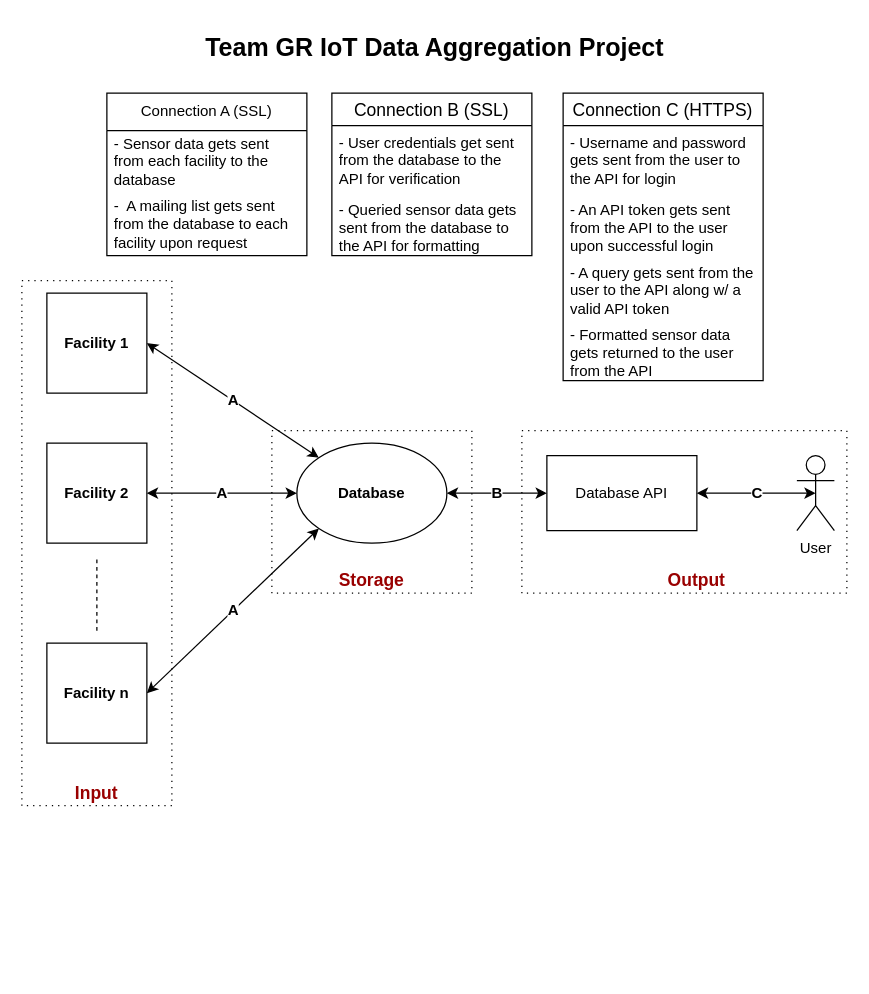
Earlier version of the draw.io diagram docs/design_diagrams/source/D0.drawio (stray-gr/senior-design). Source tidied: cells renumbered, new cells numbered last; positions are measured from the earlier drawing's top-left corner, leaving out a move shared by most shapes. Both pictures are drawn from the tidied source at 125%, with x=0, y=0 at pixel (21, 21).
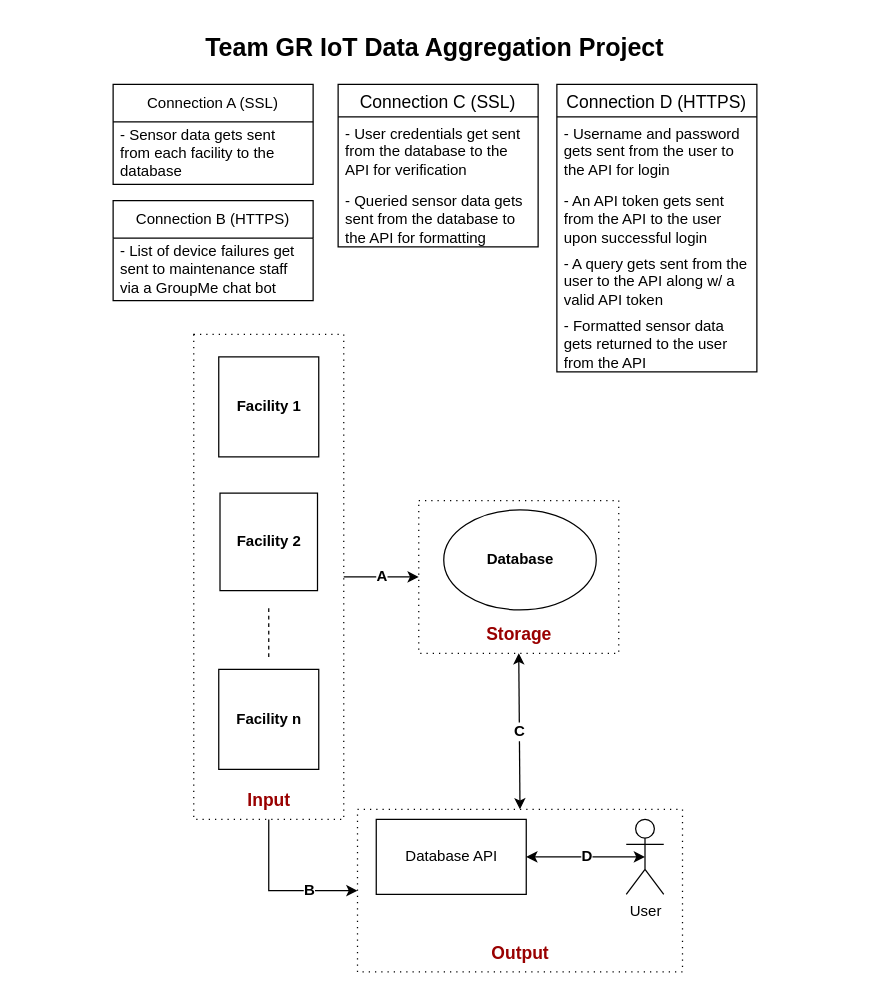
The same diagram, later.

What changed in the source:
```diff
@@
     <mxCell id="2" value="&lt;b&gt;Facility 1&lt;/b&gt;" style="whiteSpace=wrap;html=1;" parent="1" vertex="1">
-      <mxGeometry x="20" y="217" width="80" height="80" as="geometry" />
+      <mxGeometry x="157.5" y="268" width="80" height="80" as="geometry" />
     </mxCell>
     <mxCell id="3" value="&lt;b&gt;Facility 2&lt;/b&gt;" style="whiteSpace=wrap;html=1;" parent="1" vertex="1">
-      <mxGeometry x="20" y="337" width="80" height="80" as="geometry" />
+      <mxGeometry x="158.5" y="377" width="78" height="78" as="geometry" />
     </mxCell>
     <mxCell id="4" value="&lt;b&gt;Facility n&lt;/b&gt;" style="whiteSpace=wrap;html=1;" parent="1" vertex="1">
-      <mxGeometry x="20" y="497" width="80" height="80" as="geometry" />
+      <mxGeometry x="157.5" y="518" width="80" height="80" as="geometry" />
     </mxCell>
     <mxCell id="5" style="endArrow=none;dashed=1;html=1;rounded=0;" parent="1" edge="1">
       <mxGeometry relative="1" as="geometry">
-        <mxPoint x="60" y="487" as="sourcePoint" />
-        <mxPoint x="60" y="427" as="targetPoint" />
+        <mxPoint x="197.5" y="508" as="sourcePoint" />
+        <mxPoint x="197.5" y="468" as="targetPoint" />
       </mxGeometry>
     </mxCell>
     <mxCell id="6" value="&lt;b&gt;Database&lt;/b&gt;" style="ellipse;whiteSpace=wrap;html=1;" parent="1" vertex="1">
-      <mxGeometry x="220" y="337" width="120" height="80" as="geometry" />
+      <mxGeometry x="337.5" y="390.4" width="122" height="80" as="geometry" />
     </mxCell>
-    <mxCell id="7" value="&lt;b&gt;&lt;font style=&quot;font-size: 12px;&quot;&gt;A&lt;/font&gt;&lt;/b&gt;" style="endArrow=classic;startArrow=classic;html=1;rounded=0;exitX=1;exitY=0.5;exitDx=0;exitDy=0;entryX=0;entryY=0;entryDx=0;entryDy=0;" parent="1" edge="1" source="2" target="6">
-      <mxGeometry relative="1" as="geometry" />
-    </mxCell>
-    <mxCell id="8" value="&lt;b&gt;&lt;font style=&quot;font-size: 12px;&quot;&gt;A&lt;/font&gt;&lt;/b&gt;" style="endArrow=classic;startArrow=classic;html=1;rounded=0;exitX=1;exitY=0.5;exitDx=0;exitDy=0;entryX=0;entryY=0.5;entryDx=0;entryDy=0;" parent="1" edge="1" source="3" target="6">
-      <mxGeometry relative="1" as="geometry" />
-    </mxCell>
-    <mxCell id="9" value="&lt;b&gt;&lt;font style=&quot;font-size: 12px;&quot;&gt;A&lt;/font&gt;&lt;/b&gt;" style="endArrow=classic;startArrow=classic;html=1;rounded=0;exitX=1;exitY=0.5;exitDx=0;exitDy=0;entryX=0;entryY=1;entryDx=0;entryDy=0;" parent="1" edge="1" source="4" target="6">
-      <mxGeometry relative="1" as="geometry" />
-    </mxCell>
     <mxCell id="10" value="Database API" style="rounded=0;whiteSpace=wrap;html=1;" parent="1" vertex="1">
-      <mxGeometry x="420" y="347" width="120" height="60" as="geometry" />
+      <mxGeometry x="283.5" y="638" width="120" height="60" as="geometry" />
     </mxCell>
     <mxCell id="11" value="User" style="shape=umlActor;verticalLabelPosition=bottom;verticalAlign=top;html=1;outlineConnect=0;" parent="1" vertex="1">
-      <mxGeometry x="620" y="347" width="30" height="60" as="geometry" />
+      <mxGeometry x="483.5" y="638" width="30" height="60" as="geometry" />
     </mxCell>
-    <mxCell id="12" value="&lt;b&gt;&lt;font style=&quot;font-size: 12px;&quot;&gt;C&lt;/font&gt;&lt;/b&gt;" style="endArrow=classic;startArrow=classic;html=1;rounded=0;entryX=0.5;entryY=0.5;entryDx=0;entryDy=0;entryPerimeter=0;exitX=1;exitY=0.5;exitDx=0;exitDy=0;" parent="1" edge="1" source="10" target="11">
-      <mxGeometry relative="1" as="geometry" />
-    </mxCell>
     <mxCell id="13" value="Connection A (SSL)" style="swimlane;fontStyle=0;horizontal=1;startSize=30;whiteSpace=wrap;html=1;" parent="1" vertex="1">
-      <mxGeometry x="68" y="57" width="160" height="130" as="geometry" />
+      <mxGeometry x="73" y="50" width="160" height="80" as="geometry" />
     </mxCell>
@@
-    <mxCell id="15" value="-&amp;nbsp; A mailing list gets sent from the database to each facility upon request" style="text;strokeColor=none;fillColor=none;align=left;verticalAlign=middle;spacingLeft=4;spacingRight=4;overflow=hidden;whiteSpace=wrap;html=1;" parent="13" vertex="1">
-      <mxGeometry y="80" width="160" height="50" as="geometry" />
-    </mxCell>
-    <mxCell id="16" value="Connection B (SSL)" style="swimlane;fontStyle=0;horizontal=1;startSize=26;align=center;fontSize=14;" parent="1" vertex="1">
-      <mxGeometry x="248" y="57" width="160" height="130" as="geometry" />
+    <mxCell id="16" value="Connection C (SSL)" style="swimlane;fontStyle=0;horizontal=1;startSize=26;align=center;fontSize=14;" parent="1" vertex="1">
+      <mxGeometry x="253" y="50" width="160" height="130" as="geometry" />
     </mxCell>
@@
-    <mxCell id="19" value="Connection C (HTTPS)" style="swimlane;fontStyle=0;horizontal=1;startSize=26;align=center;fontSize=14;" parent="1" vertex="1">
-      <mxGeometry x="433" y="57" width="160" height="230" as="geometry" />
+    <mxCell id="19" value="Connection D (HTTPS)" style="swimlane;fontStyle=0;horizontal=1;startSize=26;align=center;fontSize=14;" parent="1" vertex="1">
+      <mxGeometry x="428" y="50" width="160" height="230" as="geometry" />
     </mxCell>
@@
-    <mxCell id="24" value="&lt;b&gt;&lt;font style=&quot;font-size: 12px;&quot;&gt;B&lt;/font&gt;&lt;/b&gt;" style="endArrow=classic;startArrow=classic;html=1;rounded=0;exitX=1;exitY=0.5;exitDx=0;exitDy=0;entryX=0;entryY=0.5;entryDx=0;entryDy=0;" parent="1" edge="1" source="6" target="10">
-      <mxGeometry relative="1" as="geometry" />
-    </mxCell>
     <mxCell id="25" style="rounded=0;whiteSpace=wrap;html=1;fillColor=none;dashed=1;dashPattern=1 4;" parent="1" vertex="1">
-      <mxGeometry y="207" width="120" height="420" as="geometry" />
+      <mxGeometry x="137.5" y="250" width="120" height="388" as="geometry" />
     </mxCell>
     <mxCell id="26" value="&lt;b&gt;&lt;font style=&quot;font-size: 14px;&quot; color=&quot;#990000&quot;&gt;Input&lt;/font&gt;&lt;/b&gt;" style="text;html=1;align=center;verticalAlign=middle;whiteSpace=wrap;rounded=0;" parent="1" vertex="1">
-      <mxGeometry x="30" y="602" width="60" height="30" as="geometry" />
+      <mxGeometry x="167.5" y="608" width="60" height="30" as="geometry" />
     </mxCell>
     <mxCell id="27" style="rounded=0;whiteSpace=wrap;html=1;fillColor=none;dashed=1;dashPattern=1 4;" parent="1" vertex="1">
-      <mxGeometry x="200" y="327" width="160" height="130" as="geometry" />
+      <mxGeometry x="317.5" y="382.9" width="160" height="122.2" as="geometry" />
     </mxCell>
     <mxCell id="28" value="&lt;b&gt;&lt;font color=&quot;#990000&quot; style=&quot;font-size: 14px;&quot;&gt;Storage&lt;/font&gt;&lt;/b&gt;" style="text;html=1;align=center;verticalAlign=middle;whiteSpace=wrap;rounded=0;" parent="1" vertex="1">
-      <mxGeometry x="250" y="432" width="60" height="30" as="geometry" />
+      <mxGeometry x="367.5" y="475.1" width="60" height="30" as="geometry" />
     </mxCell>
     <mxCell id="29" style="rounded=0;whiteSpace=wrap;html=1;fillColor=none;dashed=1;dashPattern=1 4;" parent="1" vertex="1">
-      <mxGeometry x="400" y="327" width="260" height="130" as="geometry" />
+      <mxGeometry x="268.5" y="630" width="260" height="130" as="geometry" />
     </mxCell>
     <mxCell id="30" value="&lt;b&gt;&lt;font color=&quot;#990000&quot; style=&quot;font-size: 14px;&quot;&gt;Output&lt;/font&gt;&lt;/b&gt;" style="text;html=1;align=center;verticalAlign=middle;whiteSpace=wrap;rounded=0;" parent="1" vertex="1">
-      <mxGeometry x="510" y="432" width="60" height="30" as="geometry" />
+      <mxGeometry x="368.5" y="730" width="60" height="30" as="geometry" />
     </mxCell>
@@
+    <mxCell id="32" value="D" style="endArrow=classic;startArrow=classic;html=1;rounded=0;exitX=1;exitY=0.5;exitDx=0;exitDy=0;entryX=0.5;entryY=0.5;entryDx=0;entryDy=0;entryPerimeter=0;fontSize=12;fontStyle=1;" parent="1" edge="1" source="10" target="11">
+      <mxGeometry relative="1" as="geometry" />
+    </mxCell>
+    <mxCell id="33" value="Connection B (HTTPS)" style="swimlane;fontStyle=0;horizontal=1;startSize=30;whiteSpace=wrap;html=1;" parent="1" vertex="1">
+      <mxGeometry x="73" y="143" width="160" height="80" as="geometry" />
+    </mxCell>
+    <mxCell id="34" value="- List of device failures get sent to maintenance staff via a GroupMe chat bot" style="text;strokeColor=none;fillColor=none;align=left;verticalAlign=middle;spacingLeft=4;spacingRight=4;overflow=hidden;whiteSpace=wrap;html=1;" parent="33" vertex="1">
+      <mxGeometry y="30" width="160" height="50" as="geometry" />
+    </mxCell>
+    <mxCell id="35" value="A" style="endArrow=classic;html=1;rounded=0;exitX=1;exitY=0.5;exitDx=0;exitDy=0;entryX=0;entryY=0.5;entryDx=0;entryDy=0;fontSize=12;fontStyle=1;" parent="1" edge="1" source="25" target="27">
+      <mxGeometry relative="1" as="geometry" />
+    </mxCell>
+    <mxCell id="24" value="B" style="endArrow=classic;html=1;rounded=0;exitX=0.5;exitY=1;exitDx=0;exitDy=0;entryX=0;entryY=0.5;entryDx=0;entryDy=0;edgeStyle=orthogonalEdgeStyle;fontSize=12;fontStyle=1;" parent="1" edge="1" source="25" target="29">
+      <mxGeometry x="0.39" relative="1" as="geometry" />
+    </mxCell>
+    <mxCell id="12" value="C" style="endArrow=classic;startArrow=classic;html=1;rounded=0;entryX=0.5;entryY=1;entryDx=0;entryDy=0;exitX=0.5;exitY=0;exitDx=0;exitDy=0;fontSize=12;fontStyle=1;" parent="1" edge="1" source="29" target="27">
+      <mxGeometry relative="1" as="geometry" />
+    </mxCell>
```
